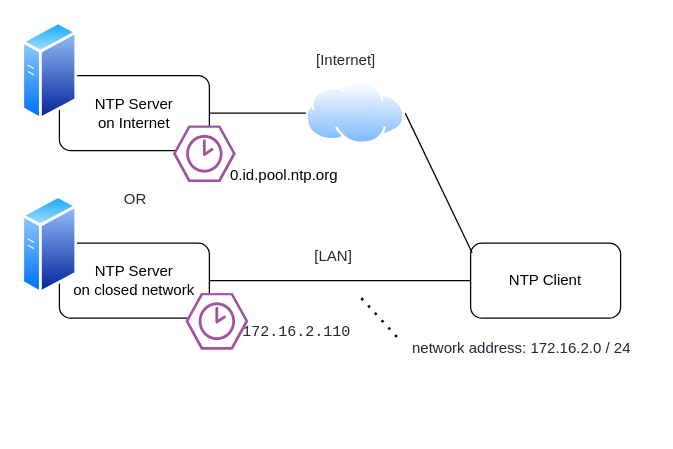
mata-elang-stable/DevelopersGuide keeps this draw.io diagram as page "ntp" (20 of 25) of Developer's Guide/MataElang Services.drawio. Above is the earlier version. Source tidied: cells renumbered, new cells numbered last; positions are measured from the earlier drawing's top-left corner, leaving out a move shared by most shapes. Both pictures are drawn from the tidied source at 125%, with x=0, y=0 at pixel (21, 21).
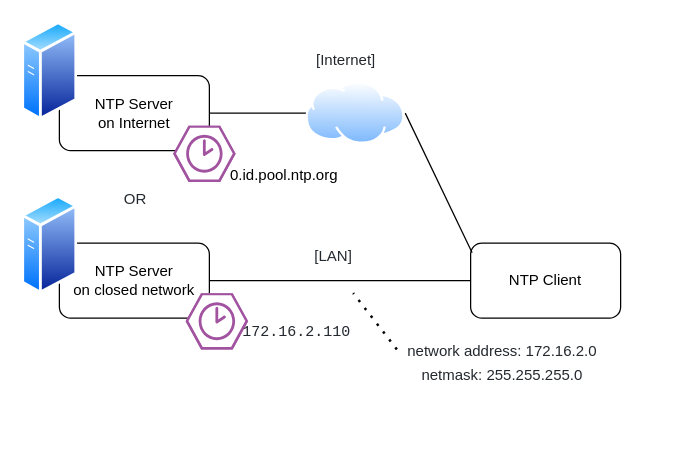
The same page after the edit.

Change to the diagram source:
```diff
@@
 <mxGraphModel>
   <root>
     <mxCell id="0" />
     <mxCell id="1" parent="0" />
     <mxCell id="2" value="NTP Server&lt;br&gt;on closed network" style="rounded=1;whiteSpace=wrap;html=1;" parent="1" vertex="1">
       <mxGeometry x="30" y="177" width="120" height="60" as="geometry" />
     </mxCell>
     <mxCell id="3" value="NTP Client" style="rounded=1;whiteSpace=wrap;html=1;" parent="1" vertex="1">
       <mxGeometry x="359" y="177" width="120" height="60" as="geometry" />
     </mxCell>
     <mxCell id="4" value="NTP Server&lt;br&gt;on Internet" style="rounded=1;whiteSpace=wrap;html=1;" parent="1" vertex="1">
       <mxGeometry x="30" y="43" width="120" height="60" as="geometry" />
     </mxCell>
     <mxCell id="5" value="&lt;pre style=&quot;box-sizing: border-box ; margin-top: 0px ; margin-bottom: 16px ; overflow-wrap: normal ; padding: 16px ; overflow: auto ; line-height: 1.45 ; border-radius: 6px ; color: rgb(36 , 41 , 47)&quot;&gt;172.16.2.110&lt;/pre&gt;" style="text;html=1;strokeColor=none;fillColor=none;align=center;verticalAlign=middle;whiteSpace=wrap;rounded=0;" parent="1" vertex="1">
       <mxGeometry x="140" y="237" width="160" height="40" as="geometry" />
     </mxCell>
     <mxCell id="6" style="endArrow=none;html=1;rounded=0;fontFamily=Helvetica;fontSize=12;entryX=1;entryY=0.5;entryDx=0;entryDy=0;exitX=0;exitY=0.5;exitDx=0;exitDy=0;startArrow=none;" parent="1" edge="1" source="9" target="4">
       <mxGeometry relative="1" as="geometry" />
     </mxCell>
     <mxCell id="7" value="&lt;pre style=&quot;box-sizing: border-box ; margin-top: 0px ; margin-bottom: 16px ; overflow-wrap: normal ; padding: 16px ; overflow: auto ; line-height: 1.45 ; border-radius: 6px ; color: rgb(36 , 41 , 47)&quot;&gt;&lt;font face=&quot;Helvetica&quot;&gt;OR&lt;/font&gt;&lt;/pre&gt;" style="text;html=1;strokeColor=none;fillColor=none;align=center;verticalAlign=middle;whiteSpace=wrap;rounded=0;" parent="1" vertex="1">
       <mxGeometry x="11" y="131" width="160" height="40" as="geometry" />
     </mxCell>
-    <mxCell id="8" value="&lt;pre style=&quot;box-sizing: border-box ; margin-top: 0px ; margin-bottom: 16px ; overflow-wrap: normal ; padding: 16px ; overflow: auto ; line-height: 1.45 ; border-radius: 6px ; color: rgb(36 , 41 , 47)&quot;&gt;&lt;font face=&quot;Helvetica&quot;&gt;network address: 172.16.2.0 / 24&lt;br&gt;&lt;/font&gt;&lt;/pre&gt;" style="text;html=1;strokeColor=none;fillColor=none;align=center;verticalAlign=middle;whiteSpace=wrap;rounded=0;" parent="1" vertex="1">
-      <mxGeometry x="300" y="252" width="200" height="36" as="geometry" />
+    <mxCell id="8" value="&lt;pre style=&quot;box-sizing: border-box ; margin-top: 0px ; margin-bottom: 16px ; overflow-wrap: normal ; padding: 16px ; overflow: auto ; line-height: 1.45 ; border-radius: 6px ; color: rgb(36 , 41 , 47)&quot;&gt;&lt;font face=&quot;Helvetica&quot;&gt;network address: 172.16.2.0&lt;br&gt;netmask: 255.255.255.0&lt;/font&gt;&lt;/pre&gt;" style="text;html=1;strokeColor=none;fillColor=none;align=center;verticalAlign=middle;whiteSpace=wrap;rounded=0;" parent="1" vertex="1">
+      <mxGeometry x="300" y="262" width="169" height="40" as="geometry" />
     </mxCell>
     <mxCell id="9" style="perimeter=ellipsePerimeter;html=1;align=center;shadow=0;dashed=0;spacingTop=3;image;image=img/lib/active_directory/internet_cloud.svg;fontFamily=Helvetica;fontSize=12;" parent="1" vertex="1">
       <mxGeometry x="227.3" y="48" width="79.4" height="50" as="geometry" />
     </mxCell>
     <mxCell id="10" style="endArrow=none;html=1;rounded=0;fontFamily=Helvetica;fontSize=12;entryX=1;entryY=0.5;entryDx=0;entryDy=0;exitX=0.01;exitY=0.127;exitDx=0;exitDy=0;exitPerimeter=0;" parent="1" edge="1" source="3" target="9">
       <mxGeometry relative="1" as="geometry" />
     </mxCell>
     <mxCell id="11" style="endArrow=none;html=1;rounded=0;fontFamily=Helvetica;fontSize=12;exitX=1;exitY=0.5;exitDx=0;exitDy=0;entryX=0;entryY=0.5;entryDx=0;entryDy=0;" parent="1" edge="1" source="2" target="3">
       <mxGeometry relative="1" as="geometry" />
     </mxCell>
     <mxCell id="12" value="&lt;pre style=&quot;box-sizing: border-box ; margin-top: 0px ; margin-bottom: 16px ; overflow-wrap: normal ; padding: 16px ; overflow: auto ; line-height: 1.45 ; border-radius: 6px ; color: rgb(36 , 41 , 47)&quot;&gt;&lt;font face=&quot;Helvetica&quot;&gt;[Internet]&lt;/font&gt;&lt;/pre&gt;" style="text;html=1;strokeColor=none;fillColor=none;align=center;verticalAlign=middle;whiteSpace=wrap;rounded=0;" parent="1" vertex="1">
       <mxGeometry x="160" y="19.5" width="199" height="40" as="geometry" />
     </mxCell>
     <mxCell id="13" value="0.id.pool.ntp.org" style="text;html=1;strokeColor=none;fillColor=none;align=center;verticalAlign=middle;whiteSpace=wrap;rounded=0;" parent="1" vertex="1">
       <mxGeometry x="160" y="108" width="100" height="30" as="geometry" />
     </mxCell>
     <mxCell id="14" style="verticalLabelPosition=bottom;sketch=0;html=1;fillColor=#A153A0;strokeColor=#ffffff;verticalAlign=top;align=center;shape=mxgraph.cisco_safe.compositeIcon;bgIcon=mxgraph.cisco_safe.design.blank_device;resIcon=mxgraph.cisco_safe.design.ntp_2;" parent="1" vertex="1">
       <mxGeometry x="121" y="83" width="50" height="45" as="geometry" />
     </mxCell>
     <mxCell id="15" style="verticalLabelPosition=bottom;sketch=0;html=1;fillColor=#A153A0;strokeColor=#ffffff;verticalAlign=top;align=center;shape=mxgraph.cisco_safe.compositeIcon;bgIcon=mxgraph.cisco_safe.design.blank_device;resIcon=mxgraph.cisco_safe.design.ntp_2;" parent="1" vertex="1">
       <mxGeometry x="131" y="217" width="50" height="45" as="geometry" />
     </mxCell>
     <mxCell id="16" style="perimeter=ellipsePerimeter;html=1;align=center;shadow=0;dashed=0;spacingTop=3;image;image=img/lib/active_directory/generic_server.svg;" parent="1" vertex="1">
       <mxGeometry y="-0.5" width="44.8" height="80" as="geometry" />
     </mxCell>
     <mxCell id="17" style="perimeter=ellipsePerimeter;html=1;align=center;shadow=0;dashed=0;spacingTop=3;image;image=img/lib/active_directory/generic_server.svg;" parent="1" vertex="1">
       <mxGeometry y="138.5" width="44.8" height="80" as="geometry" />
     </mxCell>
     <mxCell id="18" value="&lt;pre style=&quot;box-sizing: border-box ; margin-top: 0px ; margin-bottom: 16px ; overflow-wrap: normal ; padding: 16px ; overflow: auto ; line-height: 1.45 ; border-radius: 6px ; color: rgb(36 , 41 , 47)&quot;&gt;&lt;font face=&quot;Helvetica&quot;&gt;[LAN]&lt;/font&gt;&lt;/pre&gt;" style="text;html=1;strokeColor=none;fillColor=none;align=center;verticalAlign=middle;whiteSpace=wrap;rounded=0;" parent="1" vertex="1">
       <mxGeometry x="150" y="177" width="199" height="40" as="geometry" />
     </mxCell>
     <mxCell id="19" style="endArrow=none;dashed=1;html=1;dashPattern=1 3;strokeWidth=2;rounded=0;exitX=0;exitY=0;exitDx=0;exitDy=0;" parent="1" edge="1" source="8" target="18">
       <mxGeometry relative="1" as="geometry" />
     </mxCell>
   </root>
 </mxGraphModel>
```
